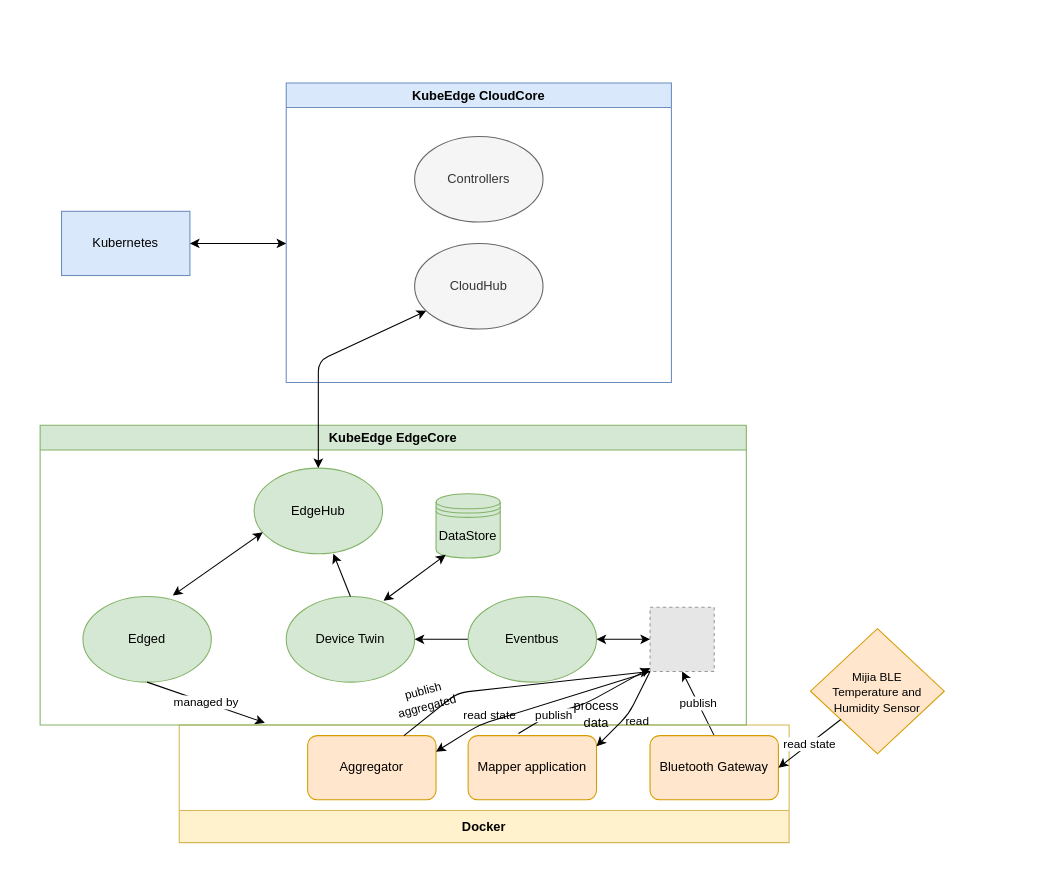
Earlier version of the draw.io diagram function-level_model.drawio (hzozo/kubeedge_thesis_demo). Source tidied: cells renumbered, new cells numbered last; positions are measured from the earlier drawing's top-left corner, leaving out a move shared by most shapes. Both pictures are drawn from the tidied source at 107%, with x=0, y=0 at pixel (40, 82). Pictures stored in the file or linked from it are replaced by grey dashed boxes.
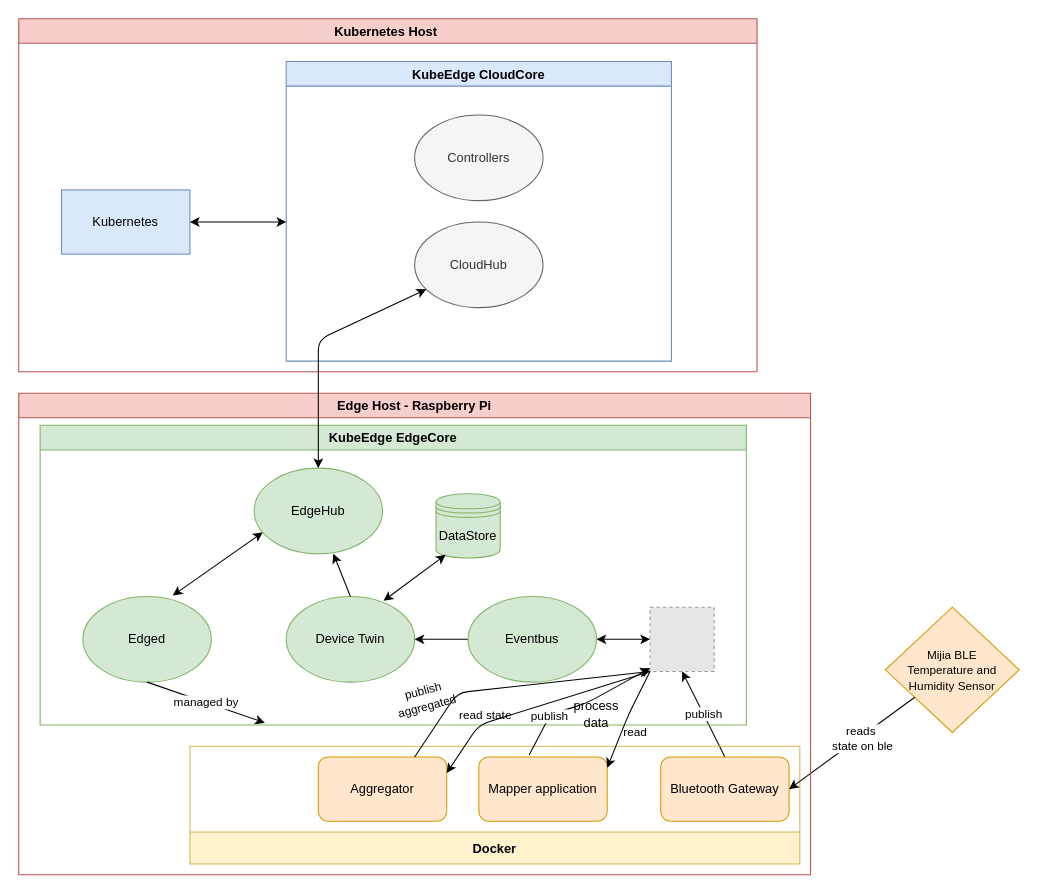
Above is the later version.

Commit message (it also covers changes not shown here):
Updating function level model

Unchanged cells that the change refers to:
```xml
<mxCell id="2" value="EdgeHub" style="ellipse;whiteSpace=wrap;html=1;fillColor=#d5e8d4;strokeColor=#82b366;" parent="1" vertex="1">
  <mxGeometry x="200" y="360" width="120" height="80" as="geometry" />
</mxCell>
<mxCell id="30" style="endArrow=classic;html=1;entryX=1;entryY=0.167;entryDx=0;entryDy=0;entryPerimeter=0;exitX=0;exitY=1;exitDx=0;exitDy=0;" parent="1" edge="1" source="4" target="16">
  <mxGeometry relative="1" as="geometry">
    <Array as="points">
      <mxPoint x="550" y="590" />
    </Array>
  </mxGeometry>
</mxCell>
<mxCell id="35" style="endArrow=classic;html=1;entryX=1;entryY=0.5;entryDx=0;entryDy=0;" parent="1" edge="1" source="7" target="17">
  <mxGeometry relative="1" as="geometry" />
</mxCell>
```

Change to the diagram source:
```diff
@@
     <mxCell id="7" value="&lt;span style=&quot;color: rgb(0 , 0 , 0) ; font-family: &amp;#34;helvetica&amp;#34; ; font-size: 11px ; font-style: normal ; font-weight: 400 ; letter-spacing: normal ; text-align: center ; text-indent: 0px ; text-transform: none ; word-spacing: 0px ; display: inline ; float: none&quot;&gt;Mijia BLE&lt;br&gt;Temperature and Humidity Sensor&lt;/span&gt;" style="rhombus;whiteSpace=wrap;html=1;fillColor=#ffe6cc;strokeColor=#d79b00;" parent="1" vertex="1">
-      <mxGeometry x="720" y="510" width="125" height="117" as="geometry" />
+      <mxGeometry x="790" y="490" width="125" height="117" as="geometry" />
     </mxCell>
@@
     <mxCell id="15" value="Docker" style="swimlane;fillColor=#fff2cc;startSize=30;flipV=1;strokeColor=#d6b656;" parent="1" vertex="1">
-      <mxGeometry x="130" y="600" width="570" height="110" as="geometry" />
+      <mxGeometry x="140" y="620" width="570" height="110" as="geometry" />
     </mxCell>
@@
     <mxCell id="24" value="CloudHub" style="ellipse;whiteSpace=wrap;html=1;fillColor=#f5f5f5;strokeColor=#666666;fontColor=#333333;" parent="1" vertex="1">
-      <mxGeometry x="350" y="150" width="120" height="80" as="geometry" />
+      <mxGeometry x="350" y="130" width="120" height="80" as="geometry" />
     </mxCell>
     <mxCell id="25" value="Kubernetes" style="rounded=0;whiteSpace=wrap;html=1;fillColor=#dae8fc;strokeColor=#6c8ebf;" parent="1" vertex="1">
-      <mxGeometry x="20" y="120" width="120" height="60" as="geometry" />
+      <mxGeometry x="20" y="100" width="120" height="60" as="geometry" />
     </mxCell>
     <mxCell id="26" value="KubeEdge CloudCore" style="swimlane;fillColor=#dae8fc;strokeColor=#6c8ebf;" parent="1" vertex="1">
-      <mxGeometry x="230" width="360" height="280" as="geometry" />
+      <mxGeometry x="230" y="-20" width="360" height="280" as="geometry" />
     </mxCell>
@@
-    <mxCell id="28" style="endArrow=classic;startArrow=classic;html=1;exitX=0.5;exitY=0;exitDx=0;exitDy=0;" parent="1" edge="1" source="2" target="24">
-      <mxGeometry relative="1" as="geometry">
-        <Array as="points">
-          <mxPoint x="260" y="260" />
-        </Array>
-      </mxGeometry>
-    </mxCell>
     <mxCell id="29" style="endArrow=classic;startArrow=classic;html=1;exitX=1;exitY=0.5;exitDx=0;exitDy=0;" parent="1" edge="1" source="25">
       <mxGeometry relative="1" as="geometry">
-        <mxPoint x="230" y="150" as="targetPoint" />
+        <mxPoint x="230" y="130" as="targetPoint" />
       </mxGeometry>
     </mxCell>
@@
     <mxCell id="31" value="read" style="edgeLabel;html=1;align=center;verticalAlign=middle;labelBackgroundColor=none;" parent="30" vertex="1">
       <mxGeometry relative="1" as="geometry">
-        <mxPoint x="7" y="7" as="offset" />
+        <mxPoint x="7" y="13" as="offset" />
       </mxGeometry>
     </mxCell>
@@
-    <mxCell id="36" value="read state" style="edgeLabel;html=1;align=center;verticalAlign=middle;" parent="35" vertex="1">
-      <mxGeometry relative="1" as="geometry" />
+    <mxCell id="36" value="reads&lt;br&gt;&amp;nbsp;state on ble" style="edgeLabel;html=1;align=center;verticalAlign=middle;labelBackgroundColor=default;" parent="35" vertex="1">
+      <mxGeometry relative="1" as="geometry">
+        <mxPoint x="8" y="-5" as="offset" />
+      </mxGeometry>
     </mxCell>
@@
+    <mxCell id="40" value="Kubernetes Host " style="swimlane;fillColor=#f8cecc;strokeColor=#b85450;" parent="1" vertex="1">
+      <mxGeometry x="-20" y="-60" width="690" height="330" as="geometry" />
+    </mxCell>
+    <mxCell id="41" value="Edge Host - Raspberry Pi" style="swimlane;labelBackgroundColor=none;fillColor=#f8cecc;strokeColor=#b85450;" parent="1" vertex="1">
+      <mxGeometry x="-20" y="290" width="740" height="450" as="geometry" />
+    </mxCell>
+    <mxCell id="28" style="endArrow=classic;startArrow=classic;html=1;exitX=0.5;exitY=0;exitDx=0;exitDy=0;" parent="1" edge="1" source="2" target="24">
+      <mxGeometry relative="1" as="geometry">
+        <Array as="points">
+          <mxPoint x="260" y="240" />
+        </Array>
+      </mxGeometry>
+    </mxCell>
```
